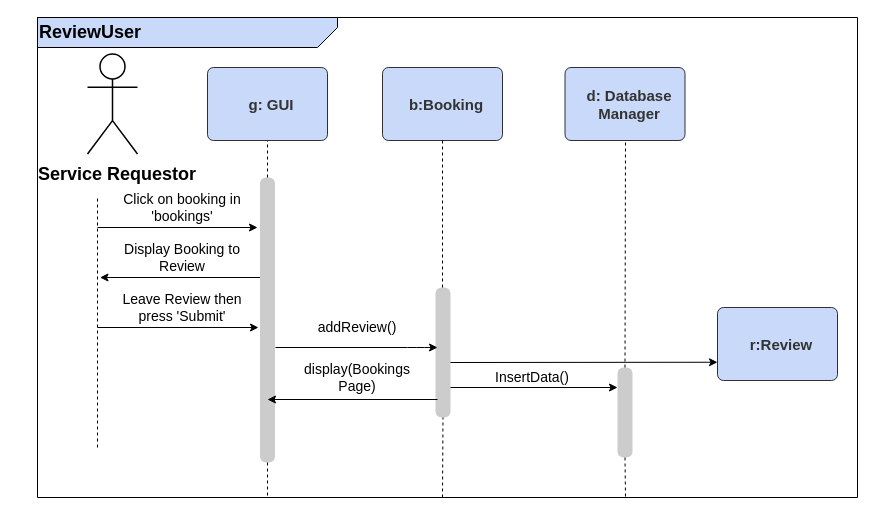
Before: SequenceDiagrams.drawio in willdonlan8/test, a draw.io diagram. Source tidied: cells renumbered, new cells numbered last; positions are measured from the earlier drawing's top-left corner, leaving out a move shared by most shapes. Both pictures are drawn from the tidied source at 100%, with x=0, y=0 at pixel (17, 17).
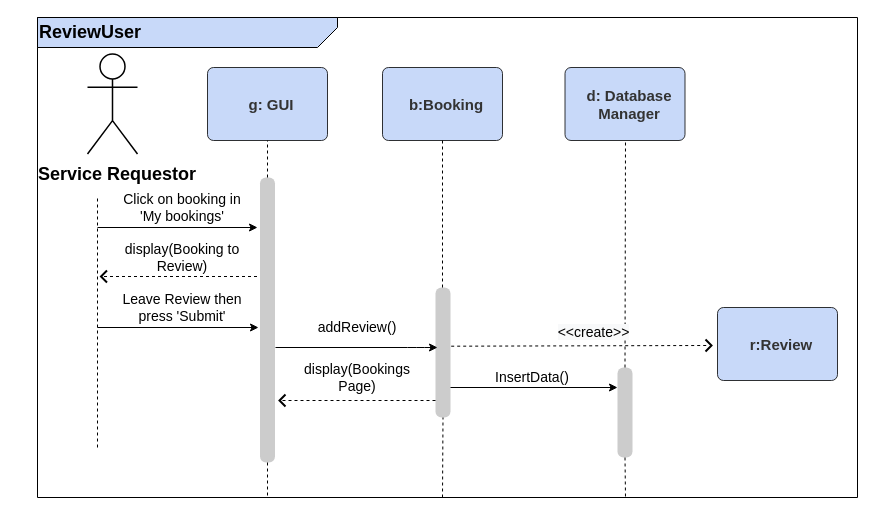
The same diagram, later.

The change refers to these unchanged cells:
```xml
<mxCell id="9" value="r:Review" style="html=1;overflow=block;blockSpacing=1;whiteSpace=wrap;whiteSpace=wrap;fontSize=15;fontColor=#333333;fontStyle=1;spacingLeft=8.4;spacing=3.8;strokeOpacity=100;fillOpacity=100;rounded=1;absoluteArcSize=1;arcSize=12;fillColor=#c8d9f9;strokeWidth=0.8;" parent="1" vertex="1">
  <mxGeometry x="700" y="290" width="120" height="73" as="geometry" />
</mxCell>
```

The edit, as a diff of the source:
```diff
@@
-    <mxCell id="17" value="&lt;font style=&quot;font-size: 14px&quot;&gt;Click on booking in 'bookings'&lt;/font&gt;" style="text;html=1;strokeColor=none;fillColor=none;align=center;verticalAlign=middle;whiteSpace=wrap;rounded=0;shadow=0;" parent="1" vertex="1">
+    <mxCell id="17" value="&lt;font style=&quot;font-size: 14px&quot;&gt;Click on booking in 'My bookings'&lt;/font&gt;" style="text;html=1;strokeColor=none;fillColor=none;align=center;verticalAlign=middle;whiteSpace=wrap;rounded=0;shadow=0;" parent="1" vertex="1">
       <mxGeometry x="100" y="170" width="130" height="40" as="geometry" />
     </mxCell>
-    <mxCell id="18" style="endArrow=classic;html=1;" parent="1" edge="1">
-      <mxGeometry relative="1" as="geometry">
-        <mxPoint x="242.5" y="260" as="sourcePoint" />
-        <mxPoint x="82.5" y="260" as="targetPoint" />
-      </mxGeometry>
-    </mxCell>
-    <mxCell id="19" value="&lt;font style=&quot;font-size: 14px&quot;&gt;Display Booking to Review&lt;/font&gt;" style="text;html=1;strokeColor=none;fillColor=none;align=center;verticalAlign=middle;whiteSpace=wrap;rounded=0;shadow=0;" parent="1" vertex="1">
+    <mxCell id="19" value="&lt;font style=&quot;font-size: 14px&quot;&gt;display(Booking to Review)&lt;/font&gt;" style="text;html=1;strokeColor=none;fillColor=none;align=center;verticalAlign=middle;whiteSpace=wrap;rounded=0;shadow=0;" parent="1" vertex="1">
       <mxGeometry x="100" y="220" width="130" height="40" as="geometry" />
     </mxCell>
@@
-    <mxCell id="30" style="endArrow=classic;html=1;entryX=0;entryY=0.75;entryDx=0;entryDy=0;" parent="1" edge="1" target="9">
-      <mxGeometry relative="1" as="geometry">
-        <mxPoint x="433" y="345" as="sourcePoint" />
-      </mxGeometry>
-    </mxCell>
-    <mxCell id="31" style="endArrow=classic;html=1;" parent="1" edge="1">
-      <mxGeometry relative="1" as="geometry">
-        <mxPoint x="420" y="382" as="sourcePoint" />
-        <mxPoint x="250" y="382" as="targetPoint" />
-      </mxGeometry>
-    </mxCell>
@@
+    <mxCell id="36" style="html=1;verticalLabelPosition=bottom;labelBackgroundColor=#ffffff;verticalAlign=top;shadow=0;dashed=0;strokeWidth=2;shape=mxgraph.ios7.misc.left;strokeColor=#000000;" parent="1" vertex="1">
+      <mxGeometry x="83.5" y="253" width="6" height="12" as="geometry" />
+    </mxCell>
+    <mxCell id="37" style="endArrow=none;dashed=1;html=1;" parent="1" edge="1">
+      <mxGeometry relative="1" as="geometry">
+        <mxPoint x="239.5" y="259" as="sourcePoint" />
+        <mxPoint x="83.5" y="259" as="targetPoint" />
+      </mxGeometry>
+    </mxCell>
+    <mxCell id="38" value="&lt;span style=&quot;color: rgb(0 , 0 , 0) ; font-family: &amp;#34;helvetica&amp;#34; ; font-size: 14px ; font-style: normal ; font-weight: 400 ; letter-spacing: normal ; text-indent: 0px ; text-transform: none ; word-spacing: 0px ; background-color: rgb(248 , 249 , 250) ; display: inline ; float: none&quot;&gt;&amp;lt;&amp;lt;create&amp;gt;&amp;gt;&lt;/span&gt;" style="text;whiteSpace=wrap;html=1;align=center;" parent="1" vertex="1">
+      <mxGeometry x="520" y="300" width="112.5" height="30" as="geometry" />
+    </mxCell>
+    <mxCell id="39" style="html=1;labelBackgroundColor=#ffffff;endArrow=none;endFill=0;jettySize=auto;orthogonalLoop=1;strokeWidth=1;dashed=1;fontSize=14;exitX=1.044;exitY=0.544;exitDx=0;exitDy=0;exitPerimeter=0;" parent="1" edge="1">
+      <mxGeometry x="700" y="402.5" as="geometry">
+        <mxPoint x="433.7" y="328.7" as="sourcePoint" />
+        <mxPoint x="690" y="328" as="targetPoint" />
+      </mxGeometry>
+    </mxCell>
+    <mxCell id="40" style="html=1;verticalLabelPosition=bottom;labelBackgroundColor=#ffffff;verticalAlign=top;shadow=0;dashed=0;strokeWidth=2;shape=mxgraph.ios7.misc.up;strokeColor=#000000;rotation=90;" parent="1" vertex="1">
+      <mxGeometry x="685" y="325" width="12" height="6" as="geometry" />
+    </mxCell>
+    <mxCell id="41" style="html=1;verticalLabelPosition=bottom;labelBackgroundColor=#ffffff;verticalAlign=top;shadow=0;dashed=0;strokeWidth=2;shape=mxgraph.ios7.misc.left;strokeColor=#000000;" parent="1" vertex="1">
+      <mxGeometry x="262" y="377" width="6" height="12" as="geometry" />
+    </mxCell>
+    <mxCell id="42" style="endArrow=none;dashed=1;html=1;" parent="1" edge="1">
+      <mxGeometry relative="1" as="geometry">
+        <mxPoint x="418" y="383" as="sourcePoint" />
+        <mxPoint x="262" y="383" as="targetPoint" />
+      </mxGeometry>
+    </mxCell>
```
